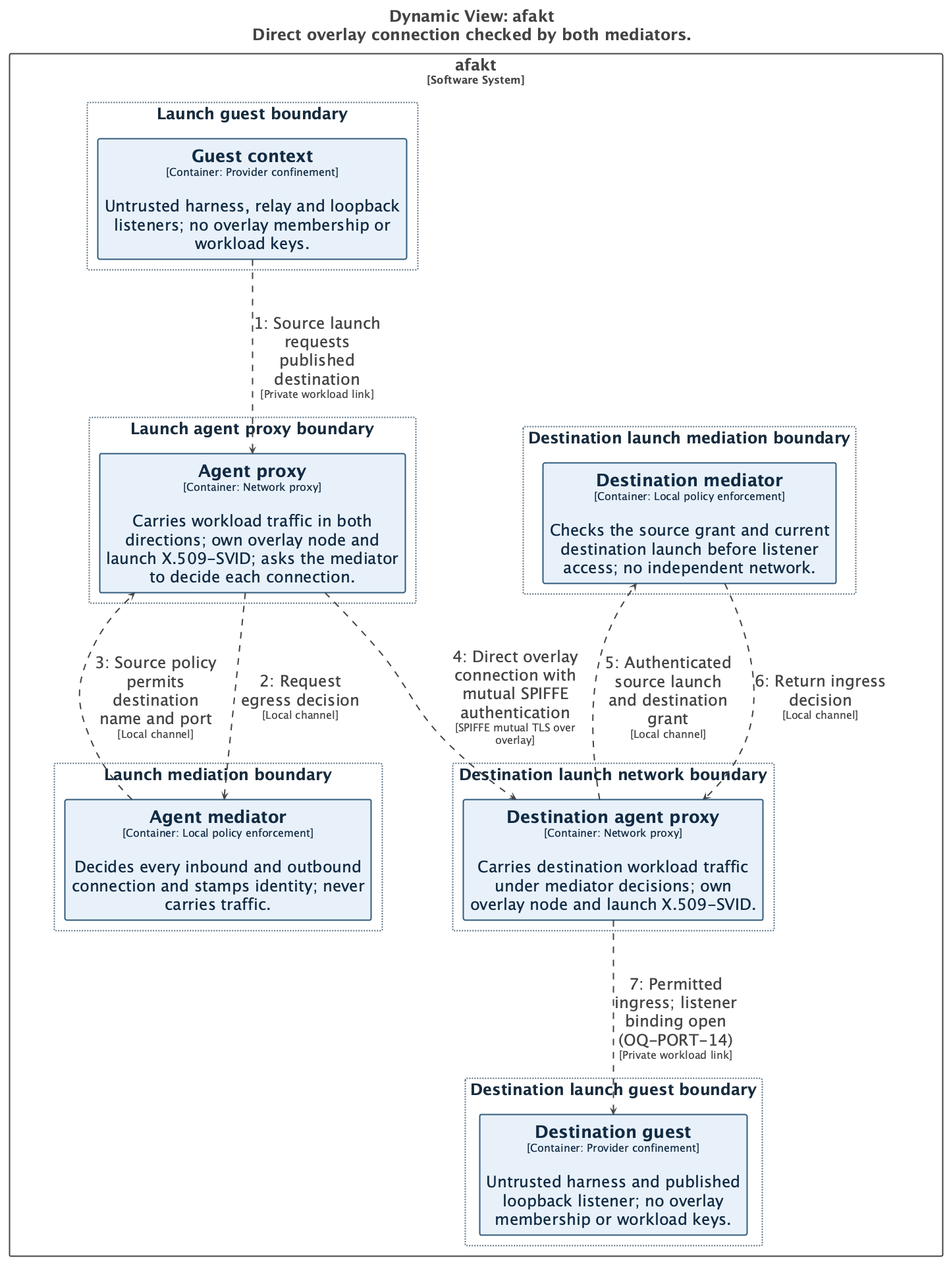
Before: docs/diagrams/structurizr-network-flow-grant.png, a diagram exported from PlantUML (tbhb-dev/afakt). Its source is kept beside it as docs/diagrams/structurizr-network-flow-grant.puml.
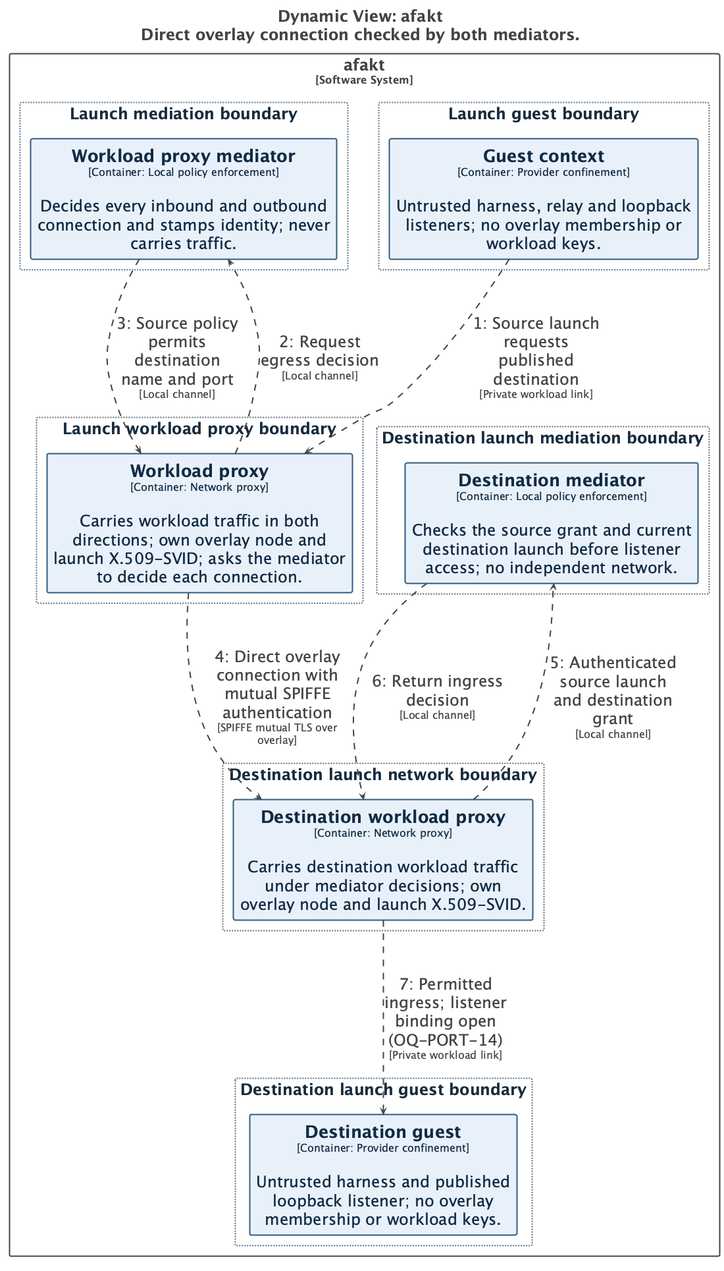
After the commit.

Change to the diagram source:
```diff
@@ -82,17 +82,6 @@
     HorizontalAlignment: center;
     Shadowing: 0;
   }
-  // Launch agent proxy boundary
-  .Group-TGF1bmNoIGFnZW50IHByb3h5IGJvdW5kYXJ5 {
-    BackgroundColor: #ffffff;
-    LineColor: #536b7e;
-    LineStyle: 2-2;
-    LineThickness: 2;
-    FontColor: #182c3e;
-    FontSize: 24;
-    HorizontalAlignment: center;
-    Shadowing: 0;
-  }
   // Launch guest boundary
   .Group-TGF1bmNoIGd1ZXN0IGJvdW5kYXJ5 {
     BackgroundColor: #ffffff;
@@ -115,6 +104,17 @@
     HorizontalAlignment: center;
     Shadowing: 0;
   }
+  // Launch workload proxy boundary
+  .Group-TGF1bmNoIHdvcmtsb2FkIHByb3h5IGJvdW5kYXJ5 {
+    BackgroundColor: #ffffff;
+    LineColor: #536b7e;
+    LineStyle: 2-2;
+    LineThickness: 2;
+    FontColor: #182c3e;
+    FontSize: 24;
+    HorizontalAlignment: center;
+    Shadowing: 0;
+  }
 </style>
 
 rectangle "afakt\n<size:16>[Software System]</size>" <<Boundary-YWZha3Q=>> {
@@ -127,29 +127,29 @@
   }
 
   rectangle "Destination launch network boundary" <<Group-RGVzdGluYXRpb24gbGF1bmNoIG5ldHdvcmsgYm91bmRhcnk=>> as group22 {
-    rectangle "==Destination agent proxy\n<size:16>[Container: Network proxy]</size>\n\nCarries destination workload traffic under mediator decisions; own overlay node and launch X.509-SVID." <<Element-RWxlbWVudCxUb3BvbG9neQ==>> as afakt.Destinationagentproxy
+    rectangle "==Destination workload proxy\n<size:16>[Container: Network proxy]</size>\n\nCarries destination workload traffic under mediator decisions; own overlay node and launch X.509-SVID." <<Element-RWxlbWVudCxUb3BvbG9neQ==>> as afakt.Destinationworkloadproxy
   }
 
-  rectangle "Launch agent proxy boundary" <<Group-TGF1bmNoIGFnZW50IHByb3h5IGJvdW5kYXJ5>> as group23 {
-    rectangle "==Agent proxy\n<size:16>[Container: Network proxy]</size>\n\nCarries workload traffic in both directions; own overlay node and launch X.509-SVID; asks the mediator to decide each connection." <<Element-RWxlbWVudCxUb3BvbG9neQ==>> as afakt.Agentproxy
-  }
-
-  rectangle "Launch guest boundary" <<Group-TGF1bmNoIGd1ZXN0IGJvdW5kYXJ5>> as group24 {
+  rectangle "Launch guest boundary" <<Group-TGF1bmNoIGd1ZXN0IGJvdW5kYXJ5>> as group23 {
     rectangle "==Guest context\n<size:16>[Container: Provider confinement]</size>\n\nUntrusted harness, relay and loopback listeners; no overlay membership or workload keys." <<Element-RWxlbWVudCxUb3BvbG9neQ==>> as afakt.Guestcontext
   }
 
-  rectangle "Launch mediation boundary" <<Group-TGF1bmNoIG1lZGlhdGlvbiBib3VuZGFyeQ==>> as group25 {
-    rectangle "==Agent mediator\n<size:16>[Container: Local policy enforcement]</size>\n\nDecides every inbound and outbound connection and stamps identity; never carries traffic." <<Element-RWxlbWVudCxUb3BvbG9neQ==>> as afakt.Agentmediator
+  rectangle "Launch mediation boundary" <<Group-TGF1bmNoIG1lZGlhdGlvbiBib3VuZGFyeQ==>> as group24 {
+    rectangle "==Workload proxy mediator\n<size:16>[Container: Local policy enforcement]</size>\n\nDecides every inbound and outbound connection and stamps identity; never carries traffic." <<Element-RWxlbWVudCxUb3BvbG9neQ==>> as afakt.Workloadproxymediator
+  }
+
+  rectangle "Launch workload proxy boundary" <<Group-TGF1bmNoIHdvcmtsb2FkIHByb3h5IGJvdW5kYXJ5>> as group25 {
+    rectangle "==Workload proxy\n<size:16>[Container: Network proxy]</size>\n\nCarries workload traffic in both directions; own overlay node and launch X.509-SVID; asks the mediator to decide each connection." <<Element-RWxlbWVudCxUb3BvbG9neQ==>> as afakt.Workloadproxy
   }
 
 }
 
-afakt.Guestcontext --> afakt.Agentproxy <<Relationship-UmVsYXRpb25zaGlw>> : "1: Source launch requests published destination\n<size:16>[Private workload link]</size>"
-afakt.Agentproxy --> afakt.Agentmediator <<Relationship-UmVsYXRpb25zaGlw>> : "2: Request egress decision\n<size:16>[Local channel]</size>"
-afakt.Agentmediator --> afakt.Agentproxy <<Relationship-UmVsYXRpb25zaGlw>> : "3: Source policy permits destination name and port\n<size:16>[Local channel]</size>"
-afakt.Agentproxy --> afakt.Destinationagentproxy <<Relationship-UmVsYXRpb25zaGlw>> : "4: Direct overlay connection with mutual SPIFFE authentication\n<size:16>[SPIFFE mutual TLS over overlay]</size>"
-afakt.Destinationagentproxy --> afakt.Destinationmediator <<Relationship-UmVsYXRpb25zaGlw>> : "5: Authenticated source launch and destination grant\n<size:16>[Local channel]</size>"
-afakt.Destinationmediator --> afakt.Destinationagentproxy <<Relationship-UmVsYXRpb25zaGlw>> : "6: Return ingress decision\n<size:16>[Local channel]</size>"
-afakt.Destinationagentproxy --> afakt.Destinationguest <<Relationship-UmVsYXRpb25zaGlw>> : "7: Permitted ingress; listener binding open (OQ-PORT-14)\n<size:16>[Private workload link]</size>"
+afakt.Guestcontext --> afakt.Workloadproxy <<Relationship-UmVsYXRpb25zaGlw>> : "1: Source launch requests published destination\n<size:16>[Private workload link]</size>"
+afakt.Workloadproxy --> afakt.Workloadproxymediator <<Relationship-UmVsYXRpb25zaGlw>> : "2: Request egress decision\n<size:16>[Local channel]</size>"
+afakt.Workloadproxymediator --> afakt.Workloadproxy <<Relationship-UmVsYXRpb25zaGlw>> : "3: Source policy permits destination name and port\n<size:16>[Local channel]</size>"
+afakt.Workloadproxy --> afakt.Destinationworkloadproxy <<Relationship-UmVsYXRpb25zaGlw>> : "4: Direct overlay connection with mutual SPIFFE authentication\n<size:16>[SPIFFE mutual TLS over overlay]</size>"
+afakt.Destinationworkloadproxy --> afakt.Destinationmediator <<Relationship-UmVsYXRpb25zaGlw>> : "5: Authenticated source launch and destination grant\n<size:16>[Local channel]</size>"
+afakt.Destinationmediator --> afakt.Destinationworkloadproxy <<Relationship-UmVsYXRpb25zaGlw>> : "6: Return ingress decision\n<size:16>[Local channel]</size>"
+afakt.Destinationworkloadproxy --> afakt.Destinationguest <<Relationship-UmVsYXRpb25zaGlw>> : "7: Permitted ingress; listener binding open (OQ-PORT-14)\n<size:16>[Private workload link]</size>"
 
 @enduml
```
